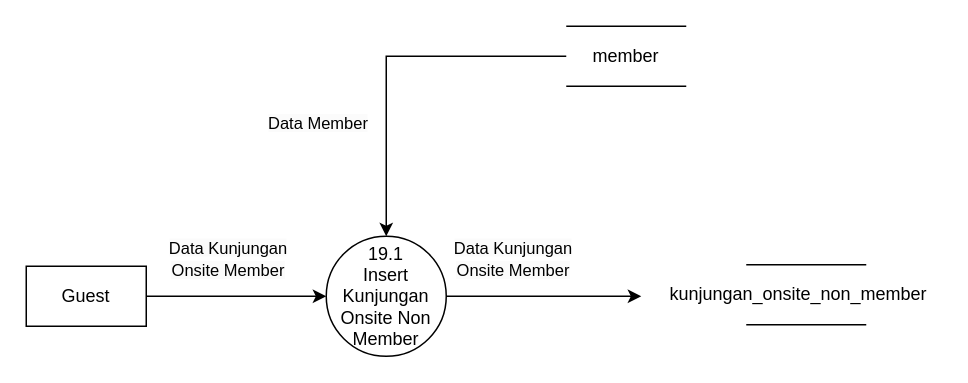
Earlier version of the draw.io diagram page "DFD Level 2 Proses 19" (43 of 46) of Sistem Informasi Perpustakaan Terpadu/Diagram Tanpa Judul.drawio (umarshd/dfd-skripsi). Source tidied: cells renumbered, new cells numbered last; positions are measured from the earlier drawing's top-left corner, leaving out a move shared by most shapes. Both pictures are drawn from the tidied source at 150%, with x=0, y=0 at pixel (26, 26).
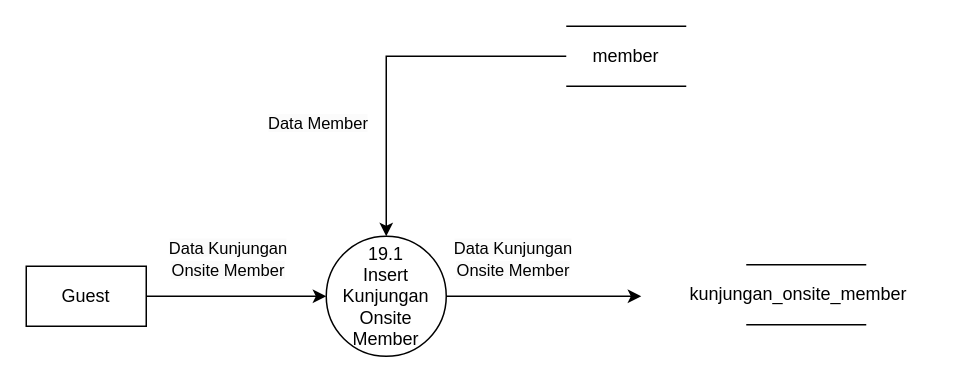
Above is the later version.

Change to the diagram source:
```diff
@@
-    <mxCell id="3" value="19.1&lt;br&gt;Insert Kunjungan Onsite Non Member" style="ellipse;whiteSpace=wrap;html=1;" parent="1" vertex="1">
+    <mxCell id="3" value="19.1&lt;br&gt;Insert Kunjungan Onsite Member" style="ellipse;whiteSpace=wrap;html=1;" parent="1" vertex="1">
       <mxGeometry x="200" y="140" width="80" height="80" as="geometry" />
     </mxCell>
@@
-    <mxCell id="8" value="kunjungan_onsite_non_member" style="text;html=1;strokeColor=none;fillColor=none;align=center;verticalAlign=middle;whiteSpace=wrap;rounded=0;" parent="1" vertex="1">
+    <mxCell id="8" value="kunjungan_onsite_member" style="text;html=1;strokeColor=none;fillColor=none;align=center;verticalAlign=middle;whiteSpace=wrap;rounded=0;" parent="1" vertex="1">
       <mxGeometry x="420" y="164" width="190" height="30" as="geometry" />
     </mxCell>
```
